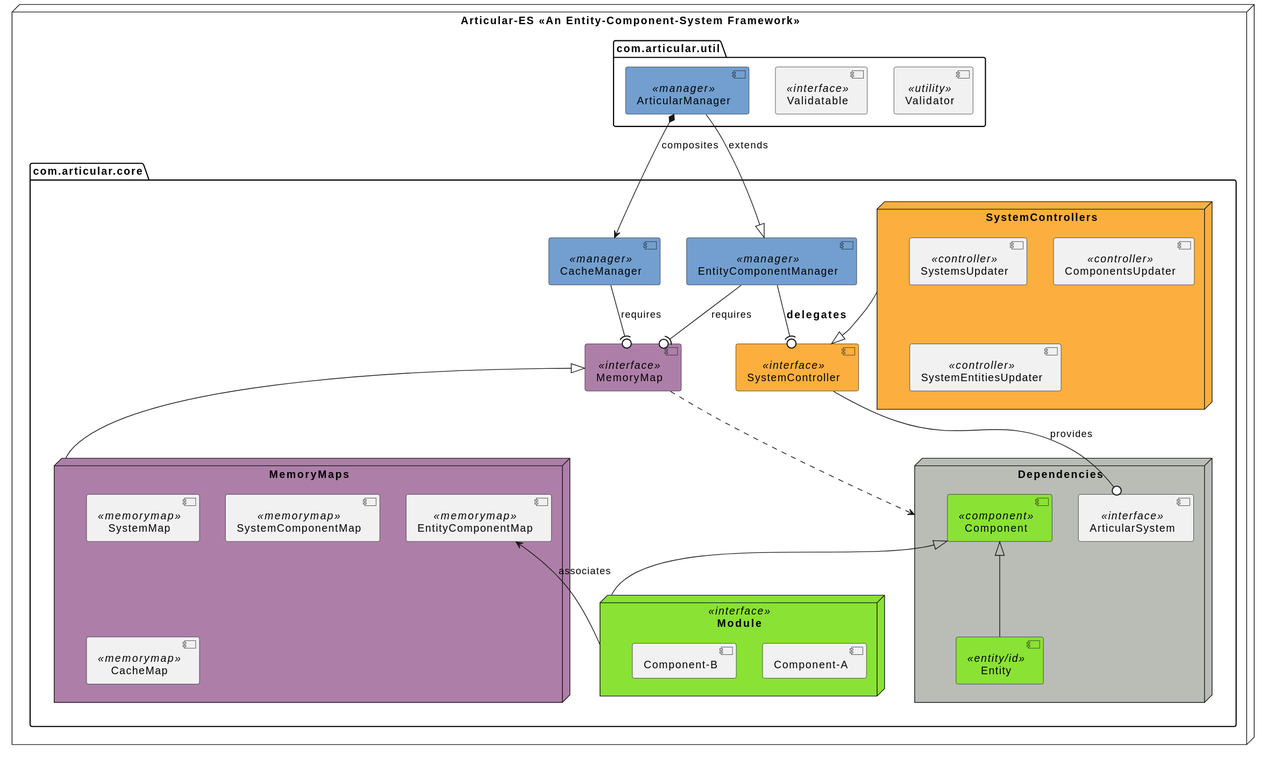
Earlier version of the PlantUML export .assets/component-interface-design.svg (Electrostat-Lab/Articular-ES).
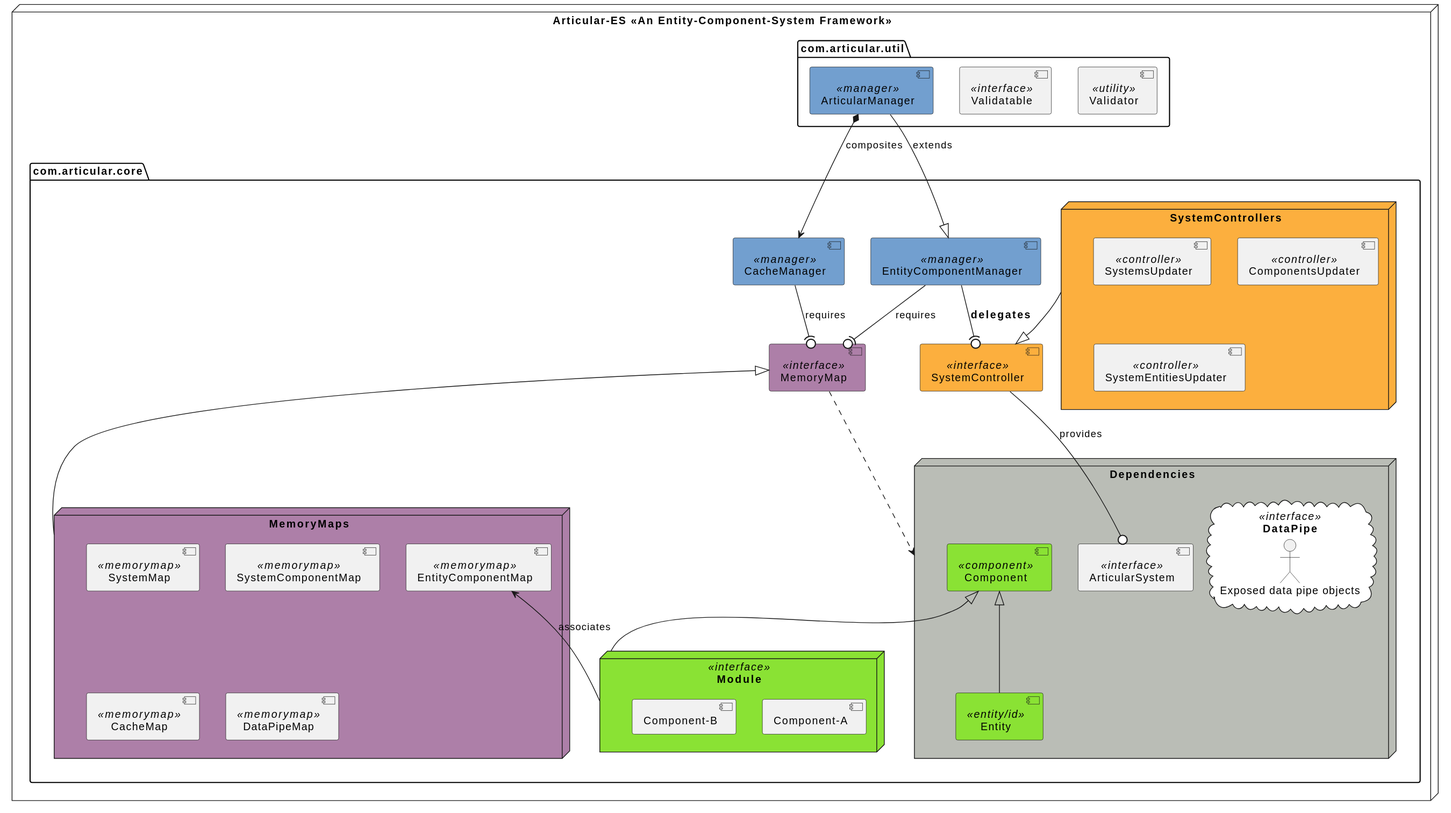
Above is the later version.

Commit message:
component-interface-design.svg: added data-pipes

* Added DataPipe interface.
* Added DataPipeMap memory-map.

The edit, as a diff of the source:
```diff
@@ -37,6 +37,10 @@
 
         [Component] <|-- [Entity]
         [Component] <|-- [Module]
+
+        cloud "DataPipe" <<interface>> #FFFFFF {
+            "Exposed data pipe objects"
+        }
     }
 
     node "MemoryMaps" #AD7FA8 {
@@ -46,6 +50,7 @@
         [EntityComponentMap] <<memorymap>>
         [SystemComponentMap] <<memorymap>>
         [CacheMap] <<memorymap>>
+        [DataPipeMap] <<memorymap>>
 
         [EntityComponentMap] <-- [Module] : associates
     }
```
